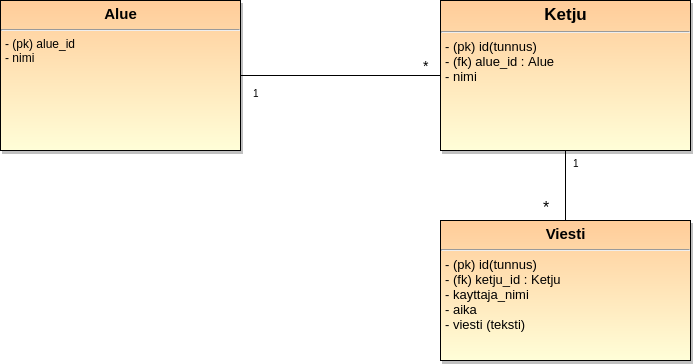
This is tikapeTietokantakaavioVko2.png from lmeri/tikape-projekti, a draw.io export, as it was before one commit. Source tidied: cells renumbered, new cells last; positions are measured from the earlier drawing's top-left corner, leaving out a move shared by most shapes. The source it was exported from:
```xml
<mxGraphModel background="#ffffff">
  <root>
    <mxCell id="0" style="html=1;" />
    <mxCell id="1" style="html=1;" parent="0" />
    <mxCell id="2" value="&lt;p style=&quot;margin: 0px ; margin-top: 4px ; text-align: center&quot;&gt;&lt;font style=&quot;font-size: 15px&quot;&gt;&lt;b&gt;Alue&lt;/b&gt;&lt;/font&gt;&lt;/p&gt;&lt;hr&gt;&lt;p style=&quot;margin: 0px ; margin-left: 4px&quot;&gt;&lt;font style=&quot;font-size: 12px&quot;&gt;- (pk) alue_id&lt;/font&gt;&lt;/p&gt;&lt;p style=&quot;margin: 0px ; margin-left: 4px&quot;&gt;&lt;font style=&quot;font-size: 12px&quot;&gt;- nimi&lt;/font&gt;&lt;/p&gt;" style="shadow=1;fillColor=#FFCC99;gradientColor=#FFFED8;verticalAlign=top;align=left;overflow=fill;fontSize=12;fontFamily=Helvetica;html=1;" parent="1" vertex="1">
      <mxGeometry width="240" height="150" as="geometry" />
    </mxCell>
    <mxCell id="3" value="&lt;p style=&quot;margin: 0px ; margin-top: 4px ; text-align: center&quot;&gt;&lt;font style=&quot;font-size: 17px&quot;&gt;&lt;b&gt;Ketju&lt;/b&gt;&lt;/font&gt;&lt;/p&gt;&lt;hr&gt;&lt;p style=&quot;margin: 0px ; margin-left: 4px&quot;&gt;&lt;font style=&quot;font-size: 13px&quot;&gt;- (pk) id(tunnus)&lt;/font&gt;&lt;/p&gt;&lt;p style=&quot;margin: 0px ; margin-left: 4px&quot;&gt;&lt;font style=&quot;font-size: 13px&quot;&gt;- (fk) alue_id : Alue&lt;/font&gt;&lt;/p&gt;&lt;p style=&quot;margin: 0px ; margin-left: 4px&quot;&gt;&lt;font style=&quot;font-size: 13px&quot;&gt;- nimi&lt;/font&gt;&lt;/p&gt;" style="shadow=1;fillColor=#FFCC99;gradientColor=#FFFED8;verticalAlign=top;align=left;overflow=fill;fontSize=12;fontFamily=Helvetica;html=1;" parent="1" vertex="1">
      <mxGeometry x="440" width="250" height="150" as="geometry" />
    </mxCell>
    <mxCell id="4" value="&lt;p style=&quot;margin: 0px ; margin-top: 4px ; text-align: center&quot;&gt;&lt;font style=&quot;font-size: 15px&quot;&gt;&lt;b&gt;Viesti&lt;/b&gt;&lt;/font&gt;&lt;/p&gt;&lt;hr&gt;&lt;p style=&quot;margin: 0px ; margin-left: 4px&quot;&gt;&lt;font style=&quot;font-size: 13px&quot;&gt;- (pk) id(tunnus)&lt;/font&gt;&lt;/p&gt;&lt;p style=&quot;margin: 0px ; margin-left: 4px&quot;&gt;&lt;font style=&quot;font-size: 13px&quot;&gt;- (fk) ketju_id : Ketju&lt;/font&gt;&lt;/p&gt;&lt;p style=&quot;margin: 0px ; margin-left: 4px&quot;&gt;&lt;font style=&quot;font-size: 13px&quot;&gt;- kayttaja_nimi&lt;/font&gt;&lt;/p&gt;&lt;p style=&quot;margin: 0px ; margin-left: 4px&quot;&gt;&lt;font style=&quot;font-size: 13px&quot;&gt;- aika&lt;/font&gt;&lt;/p&gt;&lt;p style=&quot;margin: 0px ; margin-left: 4px&quot;&gt;&lt;span style=&quot;font-size: 13px&quot;&gt;- viesti (teksti)&lt;/span&gt;&lt;/p&gt;" style="shadow=1;fillColor=#FFCC99;gradientColor=#FFFED8;verticalAlign=top;align=left;overflow=fill;fontSize=12;fontFamily=Helvetica;html=1;" parent="1" vertex="1">
      <mxGeometry x="440" y="220" width="250" height="140" as="geometry" />
    </mxCell>
    <mxCell id="5" style="endArrow=none;startArrow=none;startFill=0;sourcePerimeterSpacing=5;align=right;elbow=horizontal;verticalAlign=top;html=1;endFill=0;exitX=1;exitY=0.5;entryX=0;entryY=0.5;" parent="1" edge="1" source="2" target="3">
      <mxGeometry x="20" y="-231" as="geometry">
        <mxPoint x="-10.5" y="32.5" as="offset" />
      </mxGeometry>
    </mxCell>
    <mxCell id="6" value="1" style="align=left;verticalAlign=top;labelBackgroundColor=white;fontSize=10;html=1;" parent="5" vertex="1">
      <mxGeometry x="-1" relative="1" as="geometry">
        <mxPoint x="10" y="5" as="offset" />
      </mxGeometry>
    </mxCell>
    <mxCell id="7" value="*" style="align=left;verticalAlign=top;labelBackgroundColor=white;fontSize=14;html=1;" parent="5" vertex="1">
      <mxGeometry x="-1" relative="1" as="geometry">
        <mxPoint x="180" y="-25" as="offset" />
      </mxGeometry>
    </mxCell>
    <mxCell id="8" style="endArrow=none;startArrow=none;startFill=0;sourcePerimeterSpacing=5;align=right;elbow=horizontal;verticalAlign=top;html=1;endFill=0;exitX=0.5;exitY=0;entryX=0.5;entryY=1;" parent="1" edge="1" source="4" target="3">
      <mxGeometry x="45" y="-129" as="geometry">
        <mxPoint x="-10.5" y="32.5" as="offset" />
      </mxGeometry>
    </mxCell>
    <mxCell id="9" value="1" style="align=left;verticalAlign=top;labelBackgroundColor=white;fontSize=10;html=1;" parent="8" vertex="1">
      <mxGeometry x="-1" relative="1" as="geometry">
        <mxPoint x="5" y="-70" as="offset" />
      </mxGeometry>
    </mxCell>
    <mxCell id="10" value="*" style="align=left;verticalAlign=top;labelBackgroundColor=white;fontSize=16;html=1;" parent="8" vertex="1">
      <mxGeometry x="-1" relative="1" as="geometry">
        <mxPoint x="-25" y="-30" as="offset" />
      </mxGeometry>
    </mxCell>
  </root>
</mxGraphModel>
```
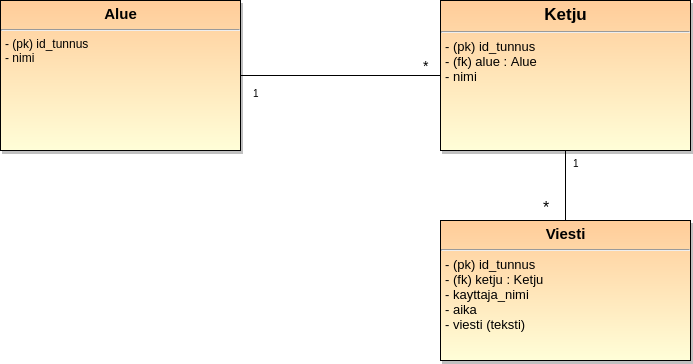
Later version of the same file.

Commit message:
Tietokantakaavion päivitys

The edit, as a diff of the source:
```diff
@@ -2,13 +2,13 @@
   <root>
     <mxCell id="0" style="html=1;" />
     <mxCell id="1" style="html=1;" parent="0" />
-    <mxCell id="2" value="&lt;p style=&quot;margin: 0px ; margin-top: 4px ; text-align: center&quot;&gt;&lt;font style=&quot;font-size: 15px&quot;&gt;&lt;b&gt;Alue&lt;/b&gt;&lt;/font&gt;&lt;/p&gt;&lt;hr&gt;&lt;p style=&quot;margin: 0px ; margin-left: 4px&quot;&gt;&lt;font style=&quot;font-size: 12px&quot;&gt;- (pk) alue_id&lt;/font&gt;&lt;/p&gt;&lt;p style=&quot;margin: 0px ; margin-left: 4px&quot;&gt;&lt;font style=&quot;font-size: 12px&quot;&gt;- nimi&lt;/font&gt;&lt;/p&gt;" style="shadow=1;fillColor=#FFCC99;gradientColor=#FFFED8;verticalAlign=top;align=left;overflow=fill;fontSize=12;fontFamily=Helvetica;html=1;" parent="1" vertex="1">
+    <mxCell id="2" value="&lt;p style=&quot;margin: 0px ; margin-top: 4px ; text-align: center&quot;&gt;&lt;font style=&quot;font-size: 15px&quot;&gt;&lt;b&gt;Alue&lt;/b&gt;&lt;/font&gt;&lt;/p&gt;&lt;hr&gt;&lt;p style=&quot;margin: 0px ; margin-left: 4px&quot;&gt;&lt;font style=&quot;font-size: 12px&quot;&gt;- (pk) id_tunnus&lt;/font&gt;&lt;/p&gt;&lt;p style=&quot;margin: 0px ; margin-left: 4px&quot;&gt;&lt;font style=&quot;font-size: 12px&quot;&gt;- nimi&lt;/font&gt;&lt;/p&gt;" style="shadow=1;fillColor=#FFCC99;gradientColor=#FFFED8;verticalAlign=top;align=left;overflow=fill;fontSize=12;fontFamily=Helvetica;html=1;" parent="1" vertex="1">
       <mxGeometry width="240" height="150" as="geometry" />
     </mxCell>
-    <mxCell id="3" value="&lt;p style=&quot;margin: 0px ; margin-top: 4px ; text-align: center&quot;&gt;&lt;font style=&quot;font-size: 17px&quot;&gt;&lt;b&gt;Ketju&lt;/b&gt;&lt;/font&gt;&lt;/p&gt;&lt;hr&gt;&lt;p style=&quot;margin: 0px ; margin-left: 4px&quot;&gt;&lt;font style=&quot;font-size: 13px&quot;&gt;- (pk) id(tunnus)&lt;/font&gt;&lt;/p&gt;&lt;p style=&quot;margin: 0px ; margin-left: 4px&quot;&gt;&lt;font style=&quot;font-size: 13px&quot;&gt;- (fk) alue_id : Alue&lt;/font&gt;&lt;/p&gt;&lt;p style=&quot;margin: 0px ; margin-left: 4px&quot;&gt;&lt;font style=&quot;font-size: 13px&quot;&gt;- nimi&lt;/font&gt;&lt;/p&gt;" style="shadow=1;fillColor=#FFCC99;gradientColor=#FFFED8;verticalAlign=top;align=left;overflow=fill;fontSize=12;fontFamily=Helvetica;html=1;" parent="1" vertex="1">
+    <mxCell id="3" value="&lt;p style=&quot;margin: 0px ; margin-top: 4px ; text-align: center&quot;&gt;&lt;font style=&quot;font-size: 17px&quot;&gt;&lt;b&gt;Ketju&lt;/b&gt;&lt;/font&gt;&lt;/p&gt;&lt;hr&gt;&lt;p style=&quot;margin: 0px ; margin-left: 4px&quot;&gt;&lt;font style=&quot;font-size: 13px&quot;&gt;- (pk) id_tunnus&lt;/font&gt;&lt;/p&gt;&lt;p style=&quot;margin: 0px ; margin-left: 4px&quot;&gt;&lt;font style=&quot;font-size: 13px&quot;&gt;- (fk) alue : Alue&lt;/font&gt;&lt;/p&gt;&lt;p style=&quot;margin: 0px ; margin-left: 4px&quot;&gt;&lt;font style=&quot;font-size: 13px&quot;&gt;- nimi&lt;/font&gt;&lt;/p&gt;" style="shadow=1;fillColor=#FFCC99;gradientColor=#FFFED8;verticalAlign=top;align=left;overflow=fill;fontSize=12;fontFamily=Helvetica;html=1;" parent="1" vertex="1">
       <mxGeometry x="440" width="250" height="150" as="geometry" />
     </mxCell>
-    <mxCell id="4" value="&lt;p style=&quot;margin: 0px ; margin-top: 4px ; text-align: center&quot;&gt;&lt;font style=&quot;font-size: 15px&quot;&gt;&lt;b&gt;Viesti&lt;/b&gt;&lt;/font&gt;&lt;/p&gt;&lt;hr&gt;&lt;p style=&quot;margin: 0px ; margin-left: 4px&quot;&gt;&lt;font style=&quot;font-size: 13px&quot;&gt;- (pk) id(tunnus)&lt;/font&gt;&lt;/p&gt;&lt;p style=&quot;margin: 0px ; margin-left: 4px&quot;&gt;&lt;font style=&quot;font-size: 13px&quot;&gt;- (fk) ketju_id : Ketju&lt;/font&gt;&lt;/p&gt;&lt;p style=&quot;margin: 0px ; margin-left: 4px&quot;&gt;&lt;font style=&quot;font-size: 13px&quot;&gt;- kayttaja_nimi&lt;/font&gt;&lt;/p&gt;&lt;p style=&quot;margin: 0px ; margin-left: 4px&quot;&gt;&lt;font style=&quot;font-size: 13px&quot;&gt;- aika&lt;/font&gt;&lt;/p&gt;&lt;p style=&quot;margin: 0px ; margin-left: 4px&quot;&gt;&lt;span style=&quot;font-size: 13px&quot;&gt;- viesti (teksti)&lt;/span&gt;&lt;/p&gt;" style="shadow=1;fillColor=#FFCC99;gradientColor=#FFFED8;verticalAlign=top;align=left;overflow=fill;fontSize=12;fontFamily=Helvetica;html=1;" parent="1" vertex="1">
+    <mxCell id="4" value="&lt;p style=&quot;margin: 0px ; margin-top: 4px ; text-align: center&quot;&gt;&lt;font style=&quot;font-size: 15px&quot;&gt;&lt;b&gt;Viesti&lt;/b&gt;&lt;/font&gt;&lt;/p&gt;&lt;hr&gt;&lt;p style=&quot;margin: 0px ; margin-left: 4px&quot;&gt;&lt;font style=&quot;font-size: 13px&quot;&gt;- (pk) id_tunnus&lt;/font&gt;&lt;/p&gt;&lt;p style=&quot;margin: 0px ; margin-left: 4px&quot;&gt;&lt;font style=&quot;font-size: 13px&quot;&gt;- (fk) ketju : Ketju&lt;/font&gt;&lt;/p&gt;&lt;p style=&quot;margin: 0px ; margin-left: 4px&quot;&gt;&lt;font style=&quot;font-size: 13px&quot;&gt;- kayttaja_nimi&lt;/font&gt;&lt;/p&gt;&lt;p style=&quot;margin: 0px ; margin-left: 4px&quot;&gt;&lt;font style=&quot;font-size: 13px&quot;&gt;- aika&lt;/font&gt;&lt;/p&gt;&lt;p style=&quot;margin: 0px ; margin-left: 4px&quot;&gt;&lt;span style=&quot;font-size: 13px&quot;&gt;- viesti (teksti)&lt;/span&gt;&lt;/p&gt;" style="shadow=1;fillColor=#FFCC99;gradientColor=#FFFED8;verticalAlign=top;align=left;overflow=fill;fontSize=12;fontFamily=Helvetica;html=1;" parent="1" vertex="1">
       <mxGeometry x="440" y="220" width="250" height="140" as="geometry" />
     </mxCell>
     <mxCell id="5" style="endArrow=none;startArrow=none;startFill=0;sourcePerimeterSpacing=5;align=right;elbow=horizontal;verticalAlign=top;html=1;endFill=0;exitX=1;exitY=0.5;entryX=0;entryY=0.5;" parent="1" edge="1" source="2" target="3">
```
